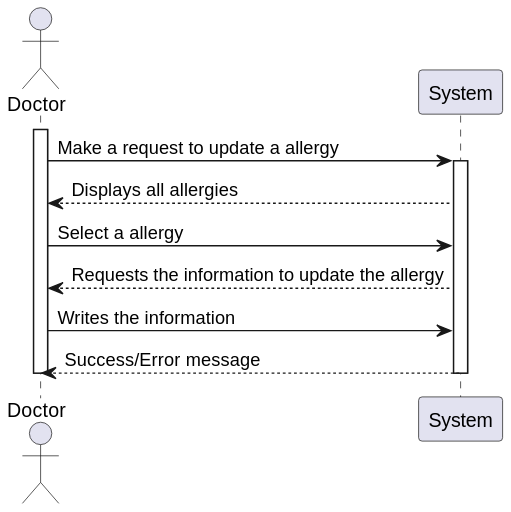
Rodrick0209/ISEP-SEM5PI-24-25 keeps this PlantUML diagram as docs/Sprint_3/Backoffice/US_7.2.16/L1/Process_View.svg. Above is the earlier version.
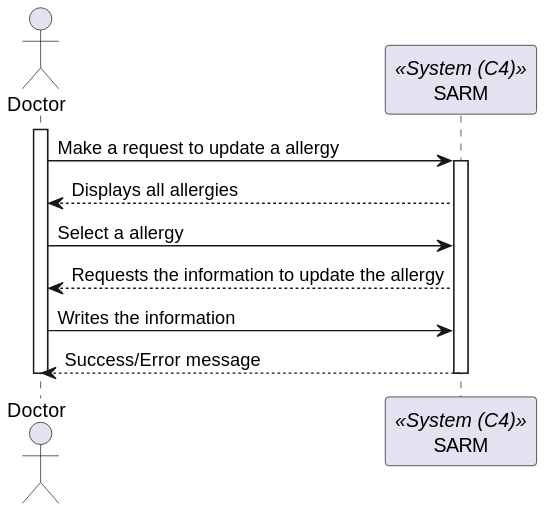
The same file after the commit.

Diff of the diagram source:
```diff
@@ -1,6 +1,6 @@
 @startuml
 actor Doctor
-participant Doctor <<Doctor (C4)>>
+participant SARM as System <<System (C4)>>
 
 activate Doctor
 
```
